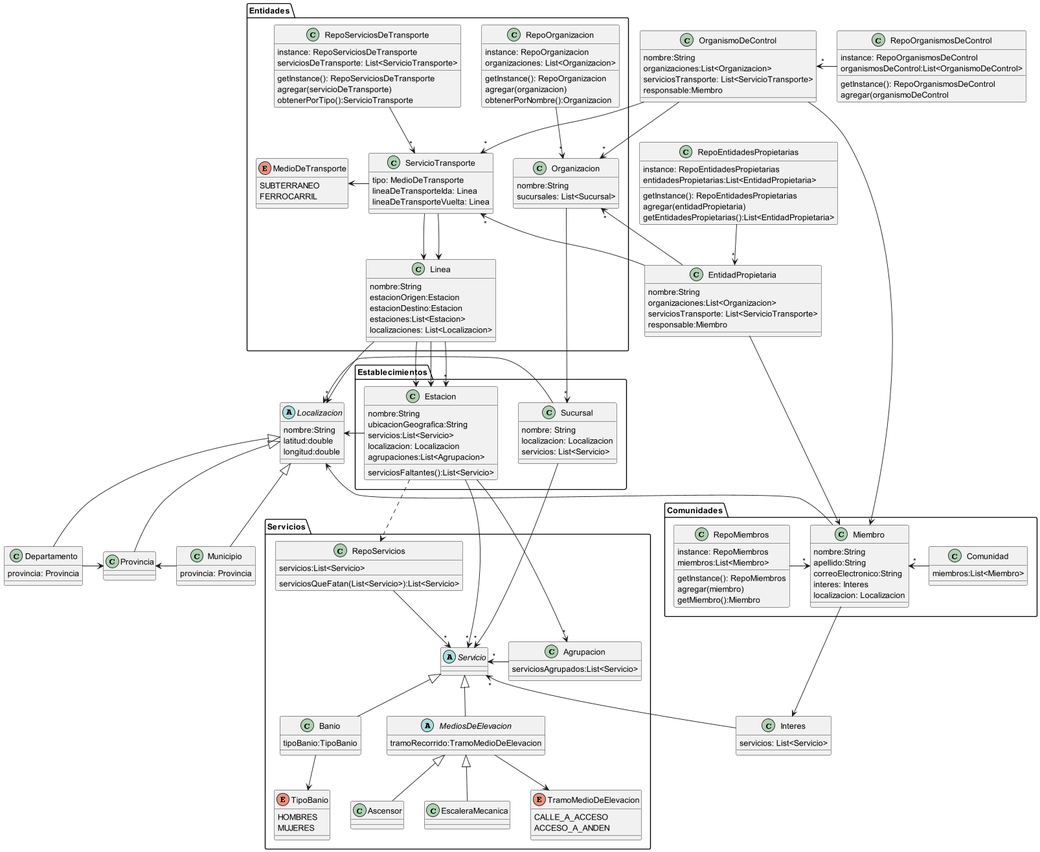
Above: Entrega-2/out/diagramaDeClasesV2.png in tomidandrea/TPA-DDS-2023 (PlantUML), before the change.
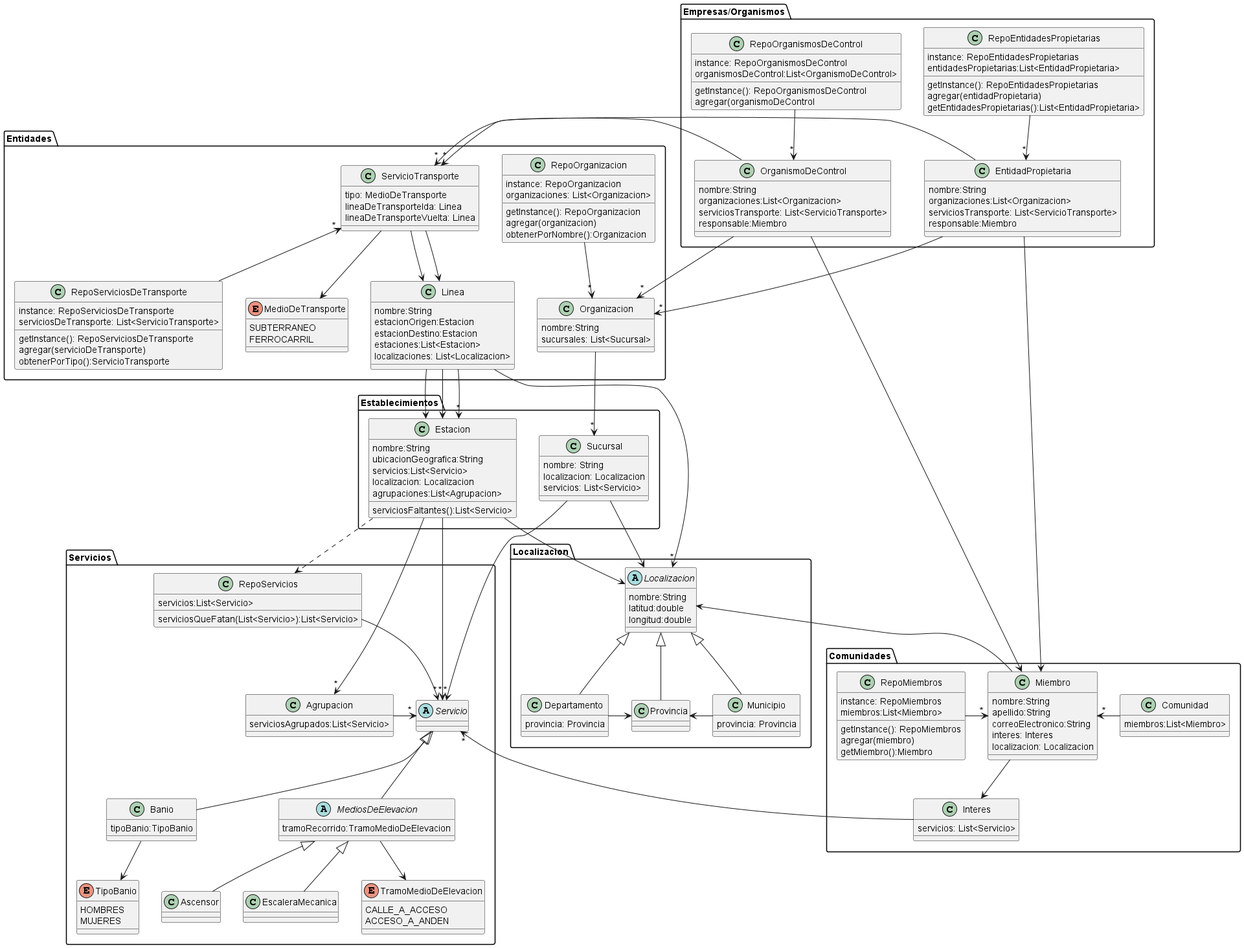
Later version of the same file.

Commit message:
Actualizo DdC

What changed in the source:
```diff
@@ -42,11 +42,11 @@
         localizaciones: List<Localizacion>
     }
 
-    ServicioTransporte -left-> MedioDeTransporte
+    ServicioTransporte --> MedioDeTransporte
     ServicioTransporte --> Linea
     ServicioTransporte --> Linea
-    RepoOrganizacion -->"*" Organizacion
-    RepoServiciosDeTransporte -->"*" ServicioTransporte
+    RepoOrganizacion -down->"*" Organizacion
+    RepoServiciosDeTransporte -up->"*" ServicioTransporte
 }
 
 package Establecimientos {
@@ -135,11 +135,16 @@
         getMiembro():Miembro
     }
 
+    class Interes{
+    servicios: List<Servicio>
+    }
+
     RepoMiembros -right->"*" Miembro
     Comunidad -left->"*" Miembro
 }
 
-class EntidadPropietaria{
+package Empresas/Organismos{
+    class EntidadPropietaria{
     nombre:String
     organizaciones:List<Organizacion>
     serviciosTransporte: List<ServicioTransporte>
@@ -169,26 +174,25 @@
     getInstance(): RepoOrganismosDeControl
     agregar(organismoDeControl
 }
-
-class Interes{
-    servicios: List<Servicio>
 }
-
-abstract class Localizacion {
+package Localizacion{
+    abstract class Localizacion {
     nombre:String
     latitud:double
     longitud:double
+    }
+
+    class Municipio{
+        provincia: Provincia
+    }
+
+    class Provincia{}
+
+    class Departamento{
+        provincia: Provincia
+    }
 }
 
-class Municipio{
-    provincia: Provincia
-}
-
-class Provincia{}
-
-class Departamento{
-    provincia: Provincia
-}
 
 Miembro-up->Localizacion
 Municipio-up-|>Localizacion
@@ -212,8 +216,8 @@
 OrganismoDeControl-->"*"ServicioTransporte
 OrganismoDeControl-up->Miembro
 
-RepoEntidadesPropietarias-down->"*"EntidadPropietaria
-RepoOrganismosDeControl-left->"*"OrganismoDeControl
+RepoEntidadesPropietarias-->"*"EntidadPropietaria
+RepoOrganismosDeControl-->"*"OrganismoDeControl
 
 Estacion..>RepoServicios
 Organizacion -->"*" Sucursal
```
